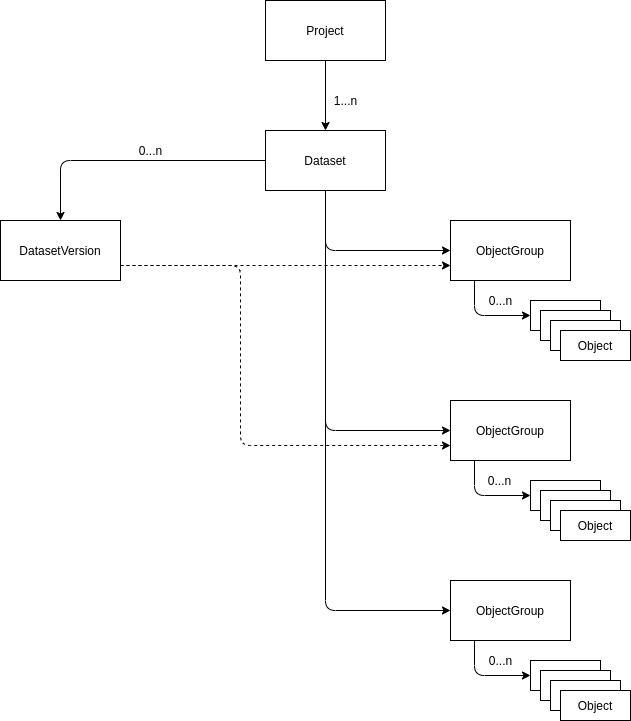
The draw.io diagram images/SciObjsDB-schema.png in ArunaStorage/documentation, before a commit. Source tidied: cells renumbered, new cells last; positions are measured from the earlier drawing's top-left corner, leaving out a move shared by most shapes.
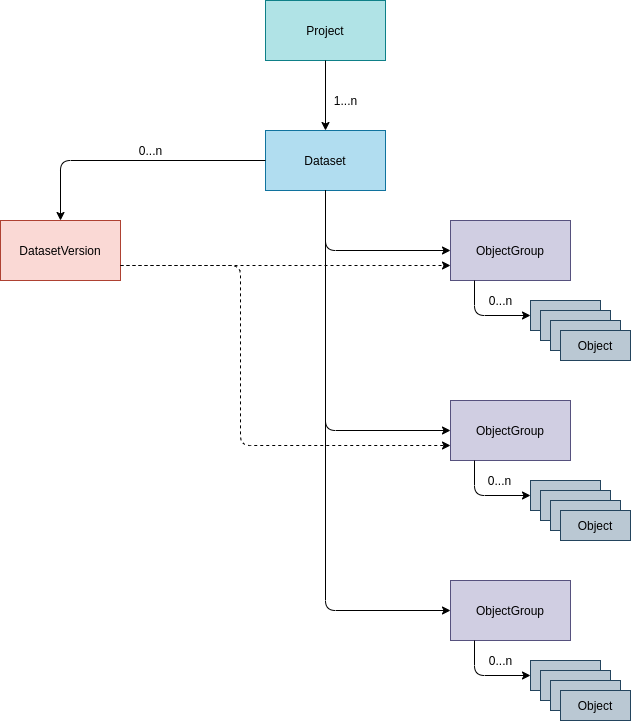
After the commit.

Diff of the diagram source:
```diff
@@ -2,34 +2,34 @@
   <root>
     <mxCell id="0" />
     <mxCell id="1" parent="0" />
-    <mxCell id="2" value="Dataset" style="rounded=0;whiteSpace=wrap;html=1;" parent="1" vertex="1">
+    <mxCell id="2" value="Dataset" style="rounded=0;whiteSpace=wrap;html=1;fillColor=#b1ddf0;strokeColor=#10739e;" parent="1" vertex="1">
       <mxGeometry x="265" y="130" width="120" height="60" as="geometry" />
     </mxCell>
-    <mxCell id="3" value="Project" style="rounded=0;whiteSpace=wrap;html=1;" parent="1" vertex="1">
+    <mxCell id="3" value="Project" style="rounded=0;whiteSpace=wrap;html=1;fillColor=#b0e3e6;strokeColor=#0e8088;" parent="1" vertex="1">
       <mxGeometry x="265" width="120" height="60" as="geometry" />
     </mxCell>
     <mxCell id="4" style="endArrow=classic;html=1;exitX=0.5;exitY=1;exitDx=0;exitDy=0;entryX=0.5;entryY=0;entryDx=0;entryDy=0;" parent="1" edge="1" source="3" target="2">
       <mxGeometry relative="1" as="geometry" />
     </mxCell>
-    <mxCell id="5" value="ObjectGroup" style="rounded=0;whiteSpace=wrap;html=1;" parent="1" vertex="1">
+    <mxCell id="5" value="ObjectGroup" style="rounded=0;whiteSpace=wrap;html=1;fillColor=#d0cee2;strokeColor=#56517e;" parent="1" vertex="1">
       <mxGeometry x="450" y="220" width="120" height="60" as="geometry" />
     </mxCell>
-    <mxCell id="6" value="ObjectGroup" style="rounded=0;whiteSpace=wrap;html=1;" parent="1" vertex="1">
+    <mxCell id="6" value="ObjectGroup" style="rounded=0;whiteSpace=wrap;html=1;fillColor=#d0cee2;strokeColor=#56517e;" parent="1" vertex="1">
       <mxGeometry x="450" y="400" width="120" height="60" as="geometry" />
     </mxCell>
-    <mxCell id="7" value="ObjectGroup" style="rounded=0;whiteSpace=wrap;html=1;" parent="1" vertex="1">
+    <mxCell id="7" value="ObjectGroup" style="rounded=0;whiteSpace=wrap;html=1;fillColor=#d0cee2;strokeColor=#56517e;" parent="1" vertex="1">
       <mxGeometry x="450" y="580" width="120" height="60" as="geometry" />
     </mxCell>
-    <mxCell id="8" value="Object" style="rounded=0;whiteSpace=wrap;html=1;" parent="1" vertex="1">
+    <mxCell id="8" value="Object" style="rounded=0;whiteSpace=wrap;html=1;fillColor=#bac8d3;strokeColor=#23445d;" parent="1" vertex="1">
       <mxGeometry x="530" y="300" width="70" height="30" as="geometry" />
     </mxCell>
-    <mxCell id="9" value="Object" style="rounded=0;whiteSpace=wrap;html=1;" parent="1" vertex="1">
+    <mxCell id="9" value="Object" style="rounded=0;whiteSpace=wrap;html=1;fillColor=#bac8d3;strokeColor=#23445d;" parent="1" vertex="1">
       <mxGeometry x="540" y="310" width="70" height="30" as="geometry" />
     </mxCell>
-    <mxCell id="10" value="Object" style="rounded=0;whiteSpace=wrap;html=1;" parent="1" vertex="1">
+    <mxCell id="10" value="Object" style="rounded=0;whiteSpace=wrap;html=1;fillColor=#bac8d3;strokeColor=#23445d;" parent="1" vertex="1">
       <mxGeometry x="550" y="320" width="70" height="30" as="geometry" />
     </mxCell>
-    <mxCell id="11" value="Object" style="rounded=0;whiteSpace=wrap;html=1;" parent="1" vertex="1">
+    <mxCell id="11" value="Object" style="rounded=0;whiteSpace=wrap;html=1;fillColor=#bac8d3;strokeColor=#23445d;" parent="1" vertex="1">
       <mxGeometry x="560" y="330" width="70" height="30" as="geometry" />
     </mxCell>
     <mxCell id="12" style="endArrow=classic;html=1;exitX=0.2;exitY=1;exitDx=0;exitDy=0;exitPerimeter=0;entryX=0;entryY=0.5;entryDx=0;entryDy=0;" parent="1" edge="1" source="5" target="8">
@@ -42,16 +42,16 @@
     <mxCell id="13" value="0...n" style="text;html=1;align=center;verticalAlign=middle;strokeColor=none;" parent="1" vertex="1">
       <mxGeometry x="480" y="290" width="40" height="20" as="geometry" />
     </mxCell>
-    <mxCell id="14" value="Object" style="rounded=0;whiteSpace=wrap;html=1;" parent="1" vertex="1">
+    <mxCell id="14" value="Object" style="rounded=0;whiteSpace=wrap;html=1;fillColor=#bac8d3;strokeColor=#23445d;" parent="1" vertex="1">
       <mxGeometry x="530" y="480" width="70" height="30" as="geometry" />
     </mxCell>
-    <mxCell id="15" value="Object" style="rounded=0;whiteSpace=wrap;html=1;" parent="1" vertex="1">
+    <mxCell id="15" value="Object" style="rounded=0;whiteSpace=wrap;html=1;fillColor=#bac8d3;strokeColor=#23445d;" parent="1" vertex="1">
       <mxGeometry x="540" y="490" width="70" height="30" as="geometry" />
     </mxCell>
-    <mxCell id="16" value="Object" style="rounded=0;whiteSpace=wrap;html=1;" parent="1" vertex="1">
+    <mxCell id="16" value="Object" style="rounded=0;whiteSpace=wrap;html=1;fillColor=#bac8d3;strokeColor=#23445d;" parent="1" vertex="1">
       <mxGeometry x="550" y="500" width="70" height="30" as="geometry" />
     </mxCell>
-    <mxCell id="17" value="Object" style="rounded=0;whiteSpace=wrap;html=1;" parent="1" vertex="1">
+    <mxCell id="17" value="Object" style="rounded=0;whiteSpace=wrap;html=1;fillColor=#bac8d3;strokeColor=#23445d;" parent="1" vertex="1">
       <mxGeometry x="560" y="510" width="70" height="30" as="geometry" />
     </mxCell>
     <mxCell id="18" style="endArrow=classic;html=1;exitX=0.2;exitY=1;exitDx=0;exitDy=0;exitPerimeter=0;entryX=0;entryY=0.5;entryDx=0;entryDy=0;" parent="1" edge="1" target="14">
@@ -62,19 +62,19 @@
         </Array>
       </mxGeometry>
     </mxCell>
-    <mxCell id="19" value="0...n" style="text;html=1;align=center;verticalAlign=middle;strokeColor=none;" parent="1" vertex="1">
+    <mxCell id="19" value="0...n" style="text;html=1;align=center;verticalAlign=middle;" parent="1" vertex="1">
       <mxGeometry x="479" y="470" width="40" height="20" as="geometry" />
     </mxCell>
-    <mxCell id="20" value="Object" style="rounded=0;whiteSpace=wrap;html=1;" parent="1" vertex="1">
+    <mxCell id="20" value="Object" style="rounded=0;whiteSpace=wrap;html=1;fillColor=#bac8d3;strokeColor=#23445d;" parent="1" vertex="1">
       <mxGeometry x="530" y="660" width="70" height="30" as="geometry" />
     </mxCell>
-    <mxCell id="21" value="Object" style="rounded=0;whiteSpace=wrap;html=1;" parent="1" vertex="1">
+    <mxCell id="21" value="Object" style="rounded=0;whiteSpace=wrap;html=1;fillColor=#bac8d3;strokeColor=#23445d;" parent="1" vertex="1">
       <mxGeometry x="540" y="670" width="70" height="30" as="geometry" />
     </mxCell>
-    <mxCell id="22" value="Object" style="rounded=0;whiteSpace=wrap;html=1;" parent="1" vertex="1">
+    <mxCell id="22" value="Object" style="rounded=0;whiteSpace=wrap;html=1;fillColor=#bac8d3;strokeColor=#23445d;" parent="1" vertex="1">
       <mxGeometry x="550" y="680" width="70" height="30" as="geometry" />
     </mxCell>
-    <mxCell id="23" value="Object" style="rounded=0;whiteSpace=wrap;html=1;" parent="1" vertex="1">
+    <mxCell id="23" value="Object" style="rounded=0;whiteSpace=wrap;html=1;fillColor=#bac8d3;strokeColor=#23445d;" parent="1" vertex="1">
       <mxGeometry x="560" y="690" width="70" height="30" as="geometry" />
     </mxCell>
     <mxCell id="24" style="endArrow=classic;html=1;exitX=0.2;exitY=1;exitDx=0;exitDy=0;exitPerimeter=0;entryX=0;entryY=0.5;entryDx=0;entryDy=0;" parent="1" edge="1" target="20">
@@ -112,7 +112,7 @@
     <mxCell id="29" value="1...n" style="text;html=1;align=center;verticalAlign=middle;strokeColor=none;" parent="1" vertex="1">
       <mxGeometry x="325" y="90" width="40" height="20" as="geometry" />
     </mxCell>
-    <mxCell id="30" value="DatasetVersion" style="rounded=0;whiteSpace=wrap;html=1;" parent="1" vertex="1">
+    <mxCell id="30" value="DatasetVersion" style="rounded=0;whiteSpace=wrap;html=1;fillColor=#fad9d5;strokeColor=#ae4132;" parent="1" vertex="1">
       <mxGeometry y="220" width="120" height="60" as="geometry" />
     </mxCell>
     <mxCell id="31" style="endArrow=classic;html=1;exitX=0;exitY=0.5;exitDx=0;exitDy=0;entryX=0.5;entryY=0;entryDx=0;entryDy=0;" parent="1" edge="1" source="2" target="30">
```
